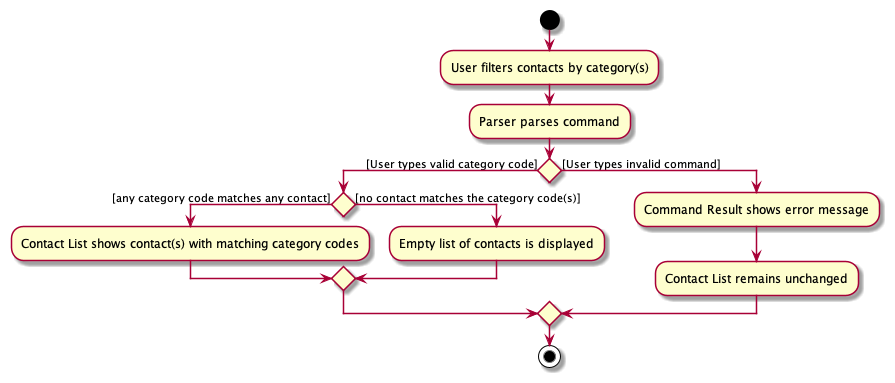
Earlier version of the PlantUML export docs/images/FilterActivityDiagram.png (nus-cs2103-AY2122S1/tp).
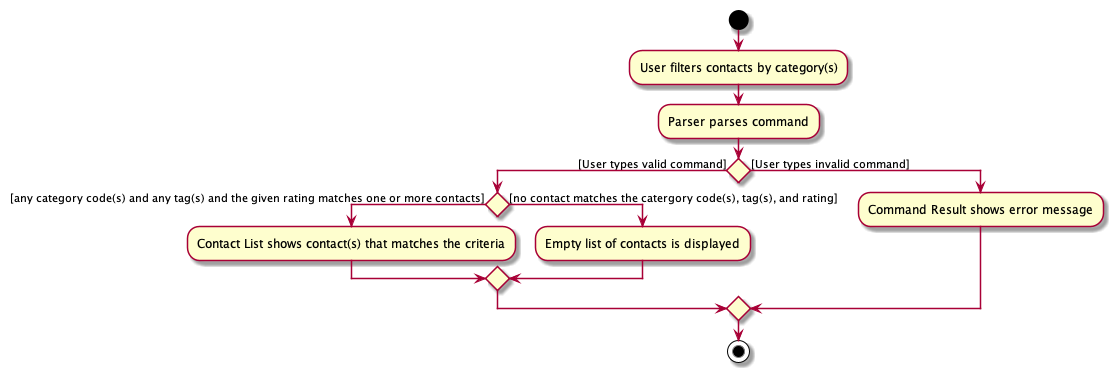
The same diagram one commit later.

Commit message:
Update DG for Filter Undo Redo View

Change to the diagram source:
```diff
@@ -5,15 +5,14 @@
 :Parser parses command;
 
 
-if () then ([User types valid category code])
-    if () then ([any category code matches any contact])
-      :Contact List shows contact(s) with matching category codes;
-    else ([no contact matches the category code(s)])
+if () then ([User types valid command])
+    if () then ([any category code(s) and any tag(s) and the given rating matches one or more contacts])
+      :Contact List shows contact(s) that matches the criteria;
+    else ([no contact matches the catergory code(s), tag(s), and rating])
       :Empty list of contacts is displayed;
     endif
 else ([User types invalid command])
     :Command Result shows error message;
-    :Contact List remains unchanged;
 endif
 stop
 @enduml
```
